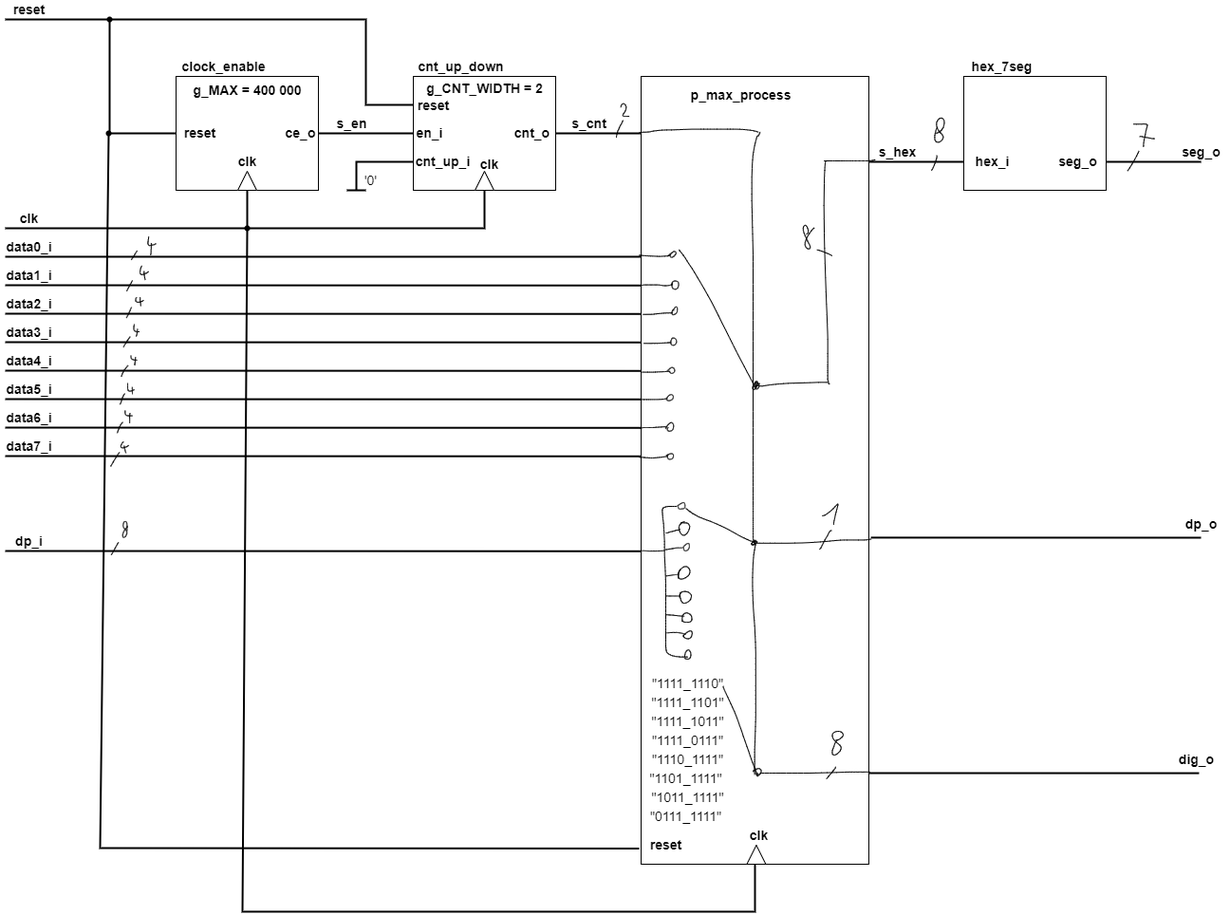
The draw.io diagram labs/07-display_driver/images/schema2.png in Marxs31/digital-electronics-1, before a commit. Source tidied: cells renumbered, new cells last; positions are measured from the earlier drawing's top-left corner, leaving out a move shared by most shapes.
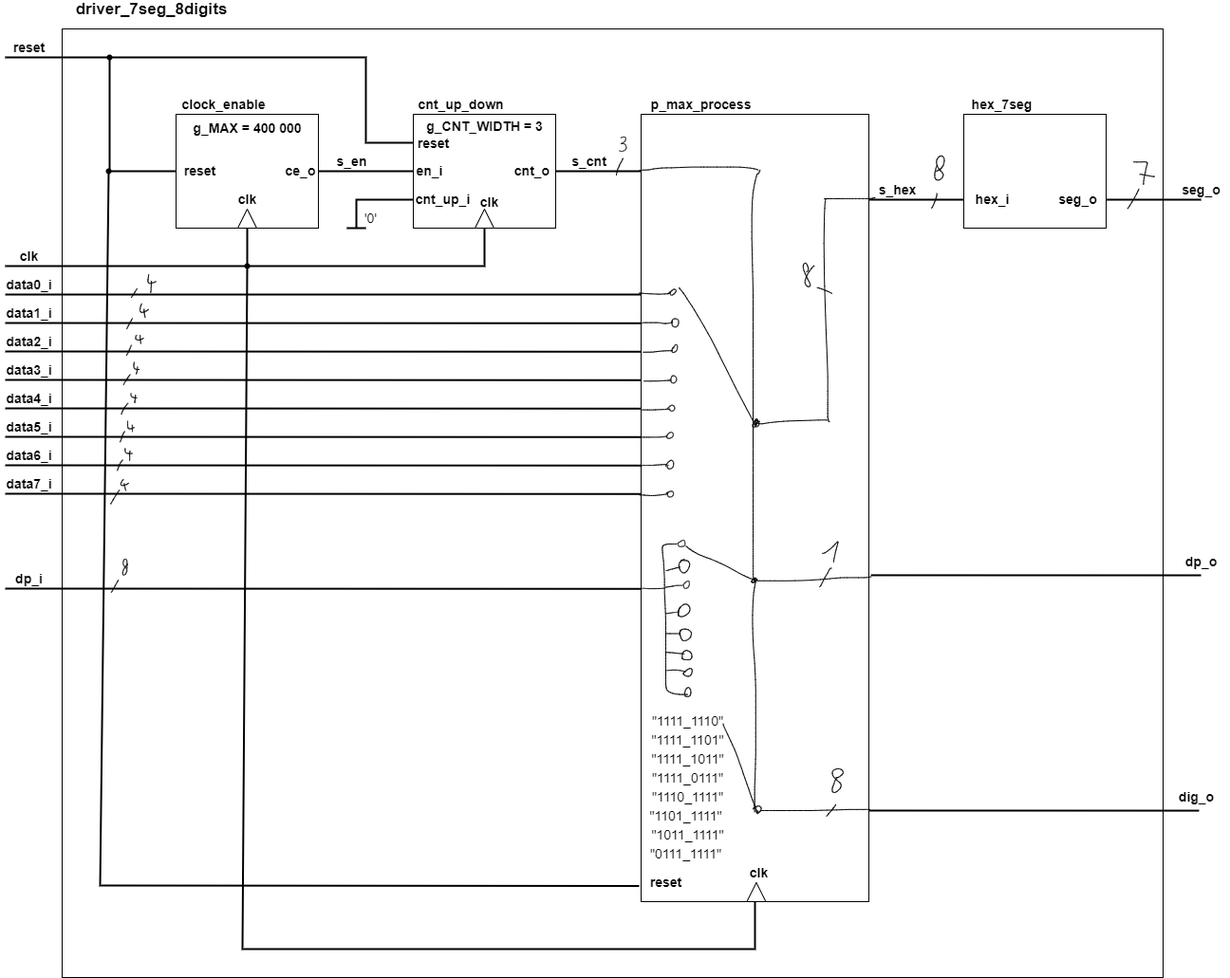
The same diagram one commit later.

The edit, as a diff of the source:
```diff
@@ -2,6 +2,9 @@
   <root>
     <mxCell id="0" />
     <mxCell id="1" parent="0" />
+    <mxCell id="169" style="rounded=0;whiteSpace=wrap;html=1;fontSize=14;strokeWidth=1;" parent="1" vertex="1">
+      <mxGeometry x="65" y="-10" width="1160" height="1000" as="geometry" />
+    </mxCell>
     <mxCell id="2" style="rounded=0;whiteSpace=wrap;html=1;" parent="1" vertex="1">
       <mxGeometry x="185" y="80" width="150" height="120" as="geometry" />
     </mxCell>
@@ -100,7 +103,7 @@
     <mxCell id="25" value="&lt;font style=&quot;font-size: 14px&quot;&gt;g_MAX = 400 000&lt;/font&gt;" style="text;html=1;align=center;verticalAlign=middle;strokeColor=none;fillColor=none;fontSize=14;fontStyle=1;" parent="1" vertex="1">
       <mxGeometry x="195" y="85" width="130" height="20" as="geometry" />
     </mxCell>
-    <mxCell id="26" value="&lt;font style=&quot;font-size: 14px&quot;&gt;g_CNT_WIDTH = 2&lt;/font&gt;" style="text;html=1;align=center;verticalAlign=middle;strokeColor=none;fillColor=none;fontSize=14;fontStyle=1;" parent="1" vertex="1">
+    <mxCell id="26" value="&lt;font style=&quot;font-size: 14px&quot;&gt;g_CNT_WIDTH = 3&lt;/font&gt;" style="text;html=1;align=center;verticalAlign=middle;strokeColor=none;fillColor=none;fontSize=14;fontStyle=1;" parent="1" vertex="1">
       <mxGeometry x="440" y="83" width="140" height="20" as="geometry" />
     </mxCell>
     <mxCell id="27" style="endArrow=none;html=1;rounded=0;fontSize=14;strokeWidth=2;entryX=0;entryY=0.75;entryDx=0;entryDy=0;" parent="1" edge="1" target="3">
@@ -151,7 +154,7 @@
       <mxGeometry x="595" y="120" width="50" height="20" as="geometry" />
     </mxCell>
     <mxCell id="40" value="&lt;b&gt;p_max_process&lt;/b&gt;" style="text;html=1;align=center;verticalAlign=middle;strokeColor=none;fillColor=none;fontSize=14;" parent="1" vertex="1">
-      <mxGeometry x="720" y="90" width="120" height="20" as="geometry" />
+      <mxGeometry x="678" y="60" width="120" height="20" as="geometry" />
     </mxCell>
     <mxCell id="41" value="&lt;b&gt;s_hex&lt;/b&gt;" style="text;html=1;align=center;verticalAlign=middle;strokeColor=none;fillColor=none;fontSize=14;" parent="1" vertex="1">
       <mxGeometry x="915" y="150" width="60" height="20" as="geometry" />
@@ -330,9 +333,6 @@
     <mxCell id="90" style="shape=(stored shape, 324 characters);fillColor=none;fontSize=14;" parent="1" vertex="1">
       <mxGeometry x="649.1" y="126.2" width="7.1" height="18.2" as="geometry" />
     </mxCell>
-    <mxCell id="91" style="shape=(stored shape, 412 characters);fillColor=none;fontSize=14;" parent="1" vertex="1">
-      <mxGeometry x="653.8" y="108.7" width="8.8" height="13.4" as="geometry" />
-    </mxCell>
     <mxCell id="92" style="shape=(stored shape, 256 characters);fillColor=none;fontSize=14;" parent="1" vertex="1">
       <mxGeometry x="980.8" y="163.2" width="5.9" height="15.9" as="geometry" />
     </mxCell>
@@ -580,5 +580,11 @@
     <mxCell id="168" value="&lt;b&gt;clk&lt;/b&gt;" style="text;html=1;align=center;verticalAlign=middle;strokeColor=none;fillColor=none;fontSize=14;" parent="1" vertex="1">
       <mxGeometry x="784.1" y="870" width="30" height="20" as="geometry" />
     </mxCell>
+    <mxCell id="170" style="shape=(stored shape, 988 characters);fillColor=none;fontSize=14;" parent="1" vertex="1">
+      <mxGeometry x="652" y="103.9" width="7.3" height="15.2" as="geometry" />
+    </mxCell>
+    <mxCell id="171" value="&lt;font size=&quot;1&quot;&gt;&lt;b style=&quot;font-size: 17px&quot;&gt;driver_7seg_8digits&lt;/b&gt;&lt;/font&gt;" style="text;html=1;align=center;verticalAlign=middle;strokeColor=none;fillColor=none;fontSize=14;" parent="1" vertex="1">
+      <mxGeometry x="68.5" y="-40" width="180" height="20" as="geometry" />
+    </mxCell>
   </root>
 </mxGraphModel>
```
